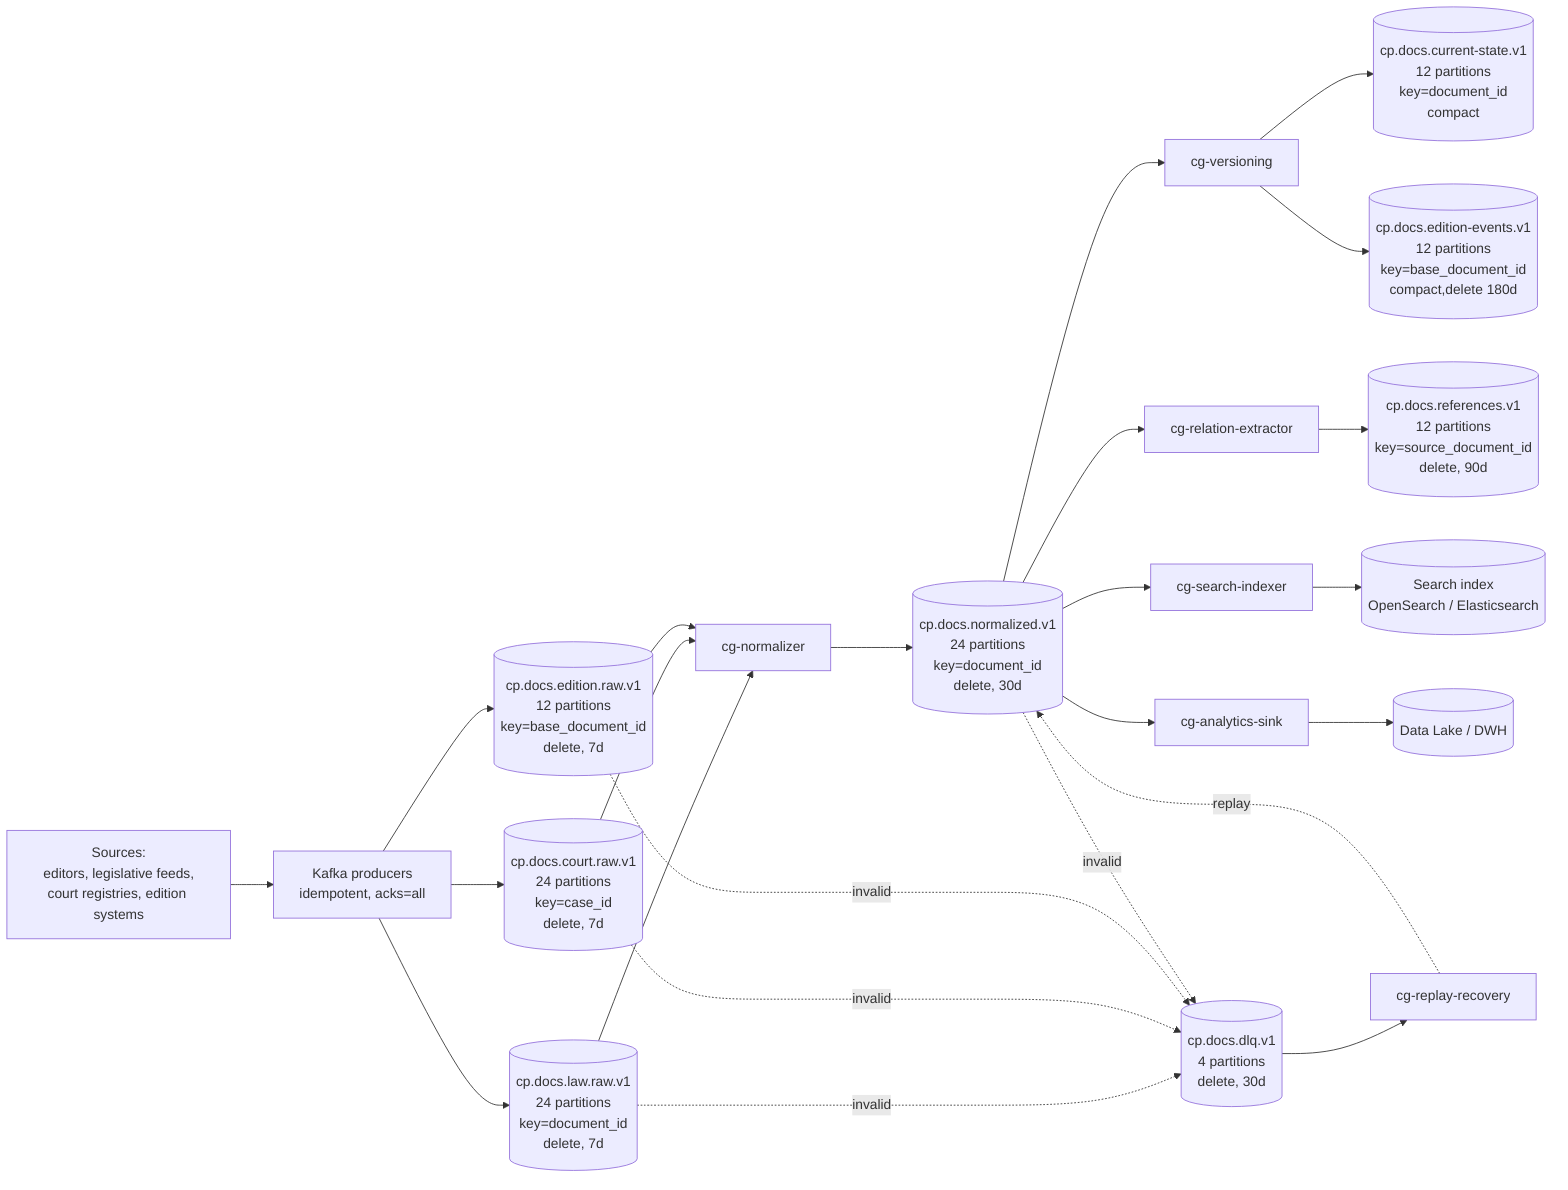
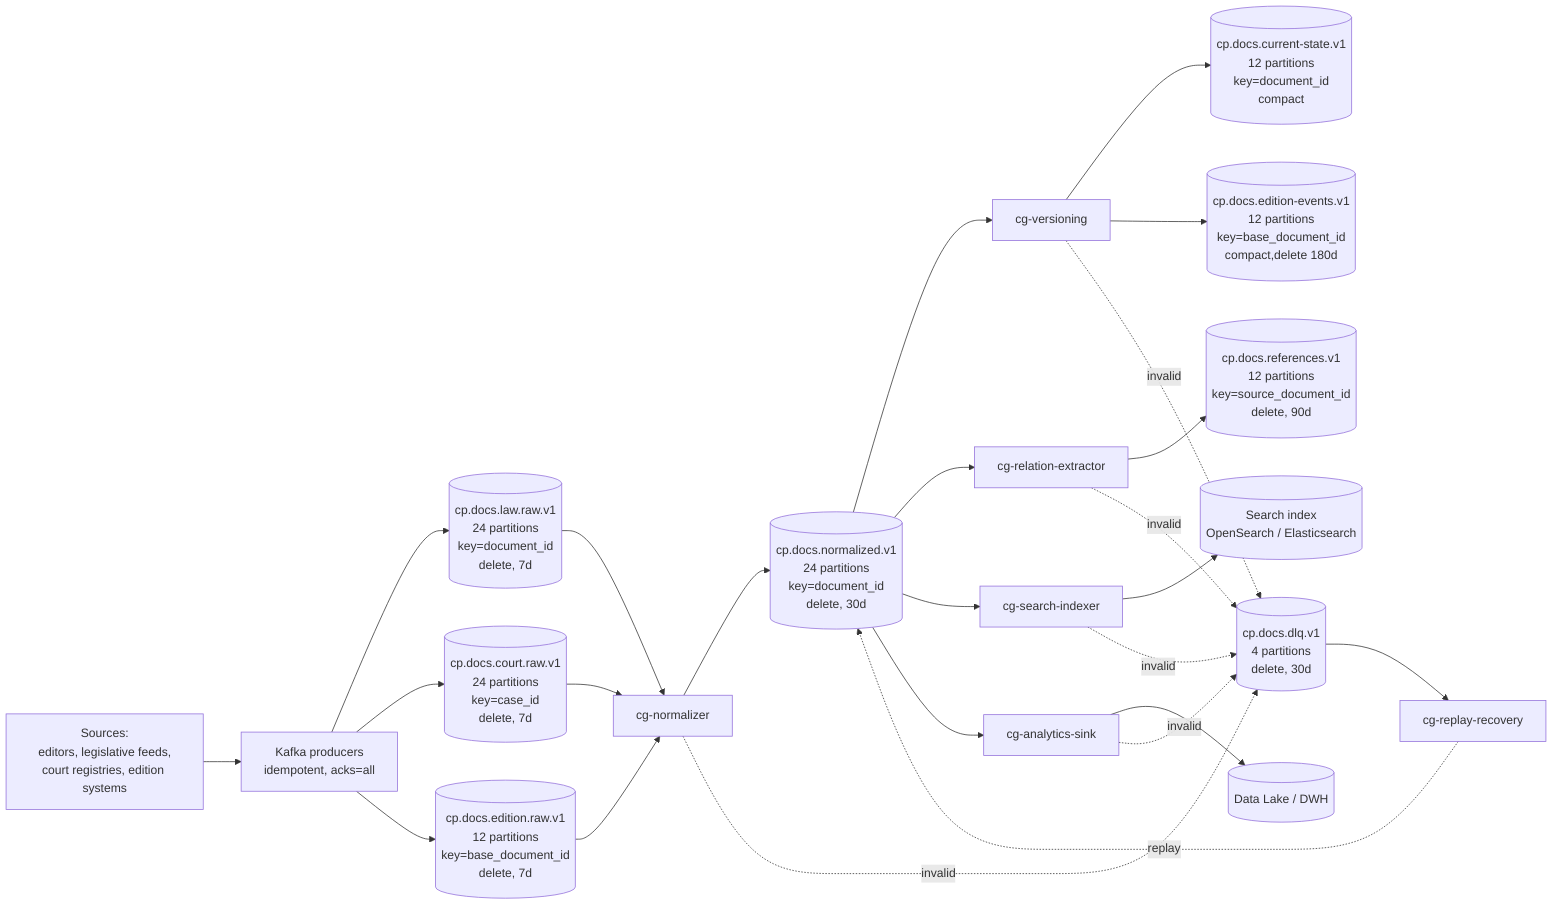
flowchart LR
    SRC[Sources:<br/>editors, legislative feeds,<br/>court registries, edition systems] --> P[Kafka producers<br/>idempotent, acks=all]

    P --> T1[(cp.docs.law.raw.v1<br/>24 partitions<br/>key=document_id<br/>delete, 7d)]
    P --> T2[(cp.docs.court.raw.v1<br/>24 partitions<br/>key=case_id<br/>delete, 7d)]
    P --> T3[(cp.docs.edition.raw.v1<br/>12 partitions<br/>key=base_document_id<br/>delete, 7d)]

    T1 --> G1[cg-normalizer]
    T2 --> G1
    T3 --> G1

    G1 --> T4[(cp.docs.normalized.v1<br/>24 partitions<br/>key=document_id<br/>delete, 30d)]

    T4 --> G2[cg-versioning]
    T4 --> G3[cg-relation-extractor]
    T4 --> G4[cg-search-indexer]
    T4 --> G5[cg-analytics-sink]

    G2 --> T5[(cp.docs.current-state.v1<br/>12 partitions<br/>key=document_id<br/>compact)]
    G2 --> T6[(cp.docs.edition-events.v1<br/>12 partitions<br/>key=base_document_id<br/>compact,delete 180d)]

    G3 --> T7[(cp.docs.references.v1<br/>12 partitions<br/>key=source_document_id<br/>delete, 90d)]
    G4 --> S[(Search index<br/>OpenSearch / Elasticsearch)]
    G5 --> D[(Data Lake / DWH)]

-     T1 -. invalid .-> Q[(cp.docs.dlq.v1<br/>4 partitions<br/>delete, 30d)]
-     T2 -. invalid .-> Q
-     T3 -. invalid .-> Q
-     T4 -. invalid .-> Q
+     G1 -. invalid .-> Q[(cp.docs.dlq.v1<br/>4 partitions<br/>delete, 30d)]
+     G2 -. invalid .-> Q
+     G3 -. invalid .-> Q
+     G4 -. invalid .-> Q
+     G5 -. invalid .-> Q

    Q --> G6[cg-replay-recovery]
    G6 -. replay .-> T4
